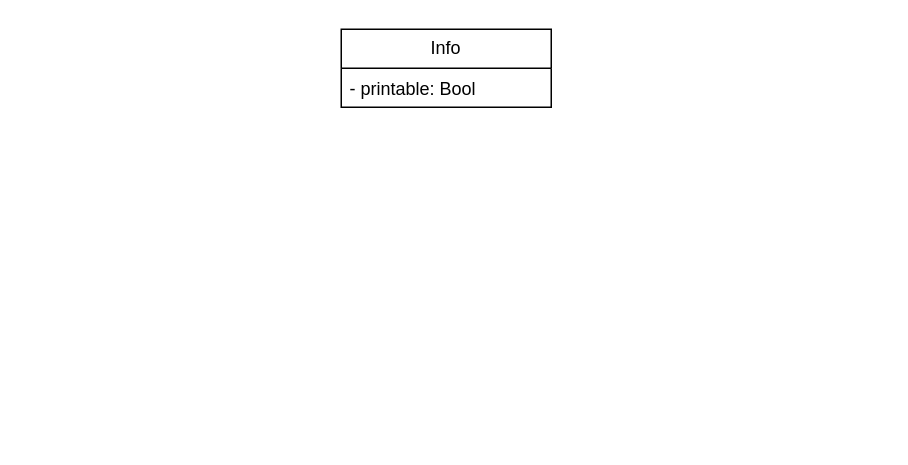
Before: Untitled Diagram.drawio in mrandr1an/tostaki, a draw.io diagram. Source tidied: cells renumbered, new cells numbered last; positions are measured from the earlier drawing's top-left corner, leaving out a move shared by most shapes. Both pictures are drawn from the tidied source at 150%, with x=0, y=0 at pixel (340, 28).
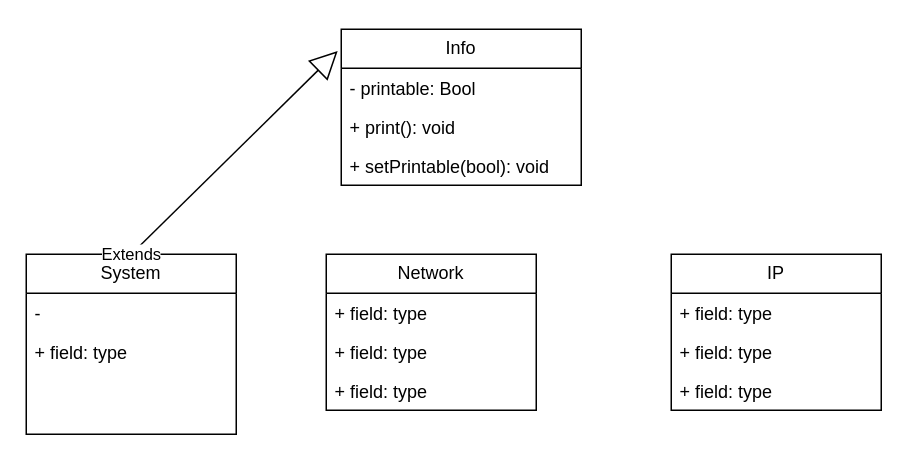
The same diagram, later.

Diff of the diagram source:
```diff
@@
 <mxGraphModel>
   <root>
     <mxCell id="0" />
     <mxCell id="1" parent="0" />
     <mxCell id="2" value="Info" style="swimlane;fontStyle=0;horizontal=1;startSize=26;fillColor=none;whiteSpace=wrap;html=1;" parent="1" vertex="1">
-      <mxGeometry width="140" height="52" as="geometry" />
+      <mxGeometry width="160" height="104" as="geometry" />
     </mxCell>
     <mxCell id="3" value="- printable: Bool&lt;br&gt;" style="text;strokeColor=none;fillColor=none;align=left;verticalAlign=top;spacingLeft=4;spacingRight=4;overflow=hidden;whiteSpace=wrap;html=1;" parent="2" vertex="1">
-      <mxGeometry y="26" width="140" height="26" as="geometry" />
+      <mxGeometry y="26" width="160" height="26" as="geometry" />
     </mxCell>
+    <mxCell id="4" value="+ print(): void" style="text;strokeColor=none;fillColor=none;align=left;verticalAlign=top;spacingLeft=4;spacingRight=4;overflow=hidden;whiteSpace=wrap;html=1;" parent="2" vertex="1">
+      <mxGeometry y="52" width="160" height="26" as="geometry" />
+    </mxCell>
+    <mxCell id="5" value="+ setPrintable(bool): void" style="text;strokeColor=none;fillColor=none;align=left;verticalAlign=top;spacingLeft=4;spacingRight=4;overflow=hidden;whiteSpace=wrap;html=1;" parent="2" vertex="1">
+      <mxGeometry y="78" width="160" height="26" as="geometry" />
+    </mxCell>
+    <mxCell id="6" value="System" style="swimlane;fontStyle=0;horizontal=1;startSize=26;fillColor=none;whiteSpace=wrap;html=1;" parent="1" vertex="1">
+      <mxGeometry x="-210" y="150" width="140" height="120" as="geometry" />
+    </mxCell>
+    <mxCell id="7" value="-" style="text;strokeColor=none;fillColor=none;align=left;verticalAlign=top;spacingLeft=4;spacingRight=4;overflow=hidden;whiteSpace=wrap;html=1;" parent="6" vertex="1">
+      <mxGeometry y="26" width="140" height="26" as="geometry" />
+    </mxCell>
+    <mxCell id="8" value="+ field: type" style="text;strokeColor=none;fillColor=none;align=left;verticalAlign=top;spacingLeft=4;spacingRight=4;overflow=hidden;whiteSpace=wrap;html=1;" parent="6" vertex="1">
+      <mxGeometry y="52" width="140" height="68" as="geometry" />
+    </mxCell>
+    <mxCell id="9" value="Network" style="swimlane;fontStyle=0;horizontal=1;startSize=26;fillColor=none;whiteSpace=wrap;html=1;" parent="1" vertex="1">
+      <mxGeometry x="-10" y="150" width="140" height="104" as="geometry" />
+    </mxCell>
+    <mxCell id="10" value="+ field: type" style="text;strokeColor=none;fillColor=none;align=left;verticalAlign=top;spacingLeft=4;spacingRight=4;overflow=hidden;whiteSpace=wrap;html=1;" parent="9" vertex="1">
+      <mxGeometry y="26" width="140" height="26" as="geometry" />
+    </mxCell>
+    <mxCell id="11" value="+ field: type" style="text;strokeColor=none;fillColor=none;align=left;verticalAlign=top;spacingLeft=4;spacingRight=4;overflow=hidden;whiteSpace=wrap;html=1;" parent="9" vertex="1">
+      <mxGeometry y="52" width="140" height="26" as="geometry" />
+    </mxCell>
+    <mxCell id="12" value="+ field: type" style="text;strokeColor=none;fillColor=none;align=left;verticalAlign=top;spacingLeft=4;spacingRight=4;overflow=hidden;whiteSpace=wrap;html=1;" parent="9" vertex="1">
+      <mxGeometry y="78" width="140" height="26" as="geometry" />
+    </mxCell>
+    <mxCell id="13" value="IP" style="swimlane;fontStyle=0;horizontal=1;startSize=26;fillColor=none;whiteSpace=wrap;html=1;" parent="1" vertex="1">
+      <mxGeometry x="220" y="150" width="140" height="104" as="geometry" />
+    </mxCell>
+    <mxCell id="14" value="+ field: type" style="text;strokeColor=none;fillColor=none;align=left;verticalAlign=top;spacingLeft=4;spacingRight=4;overflow=hidden;whiteSpace=wrap;html=1;" parent="13" vertex="1">
+      <mxGeometry y="26" width="140" height="26" as="geometry" />
+    </mxCell>
+    <mxCell id="15" value="+ field: type" style="text;strokeColor=none;fillColor=none;align=left;verticalAlign=top;spacingLeft=4;spacingRight=4;overflow=hidden;whiteSpace=wrap;html=1;" parent="13" vertex="1">
+      <mxGeometry y="52" width="140" height="26" as="geometry" />
+    </mxCell>
+    <mxCell id="16" value="+ field: type" style="text;strokeColor=none;fillColor=none;align=left;verticalAlign=top;spacingLeft=4;spacingRight=4;overflow=hidden;whiteSpace=wrap;html=1;" parent="13" vertex="1">
+      <mxGeometry y="78" width="140" height="26" as="geometry" />
+    </mxCell>
+    <mxCell id="17" value="Extends" style="endArrow=block;endSize=16;endFill=0;html=1;rounded=0;exitX=0.5;exitY=0;exitDx=0;exitDy=0;entryX=-0.015;entryY=0.14;entryDx=0;entryDy=0;entryPerimeter=0;" parent="1" edge="1" source="6" target="2">
+      <mxGeometry x="-1" relative="1" as="geometry" />
+    </mxCell>
   </root>
 </mxGraphModel>
```
